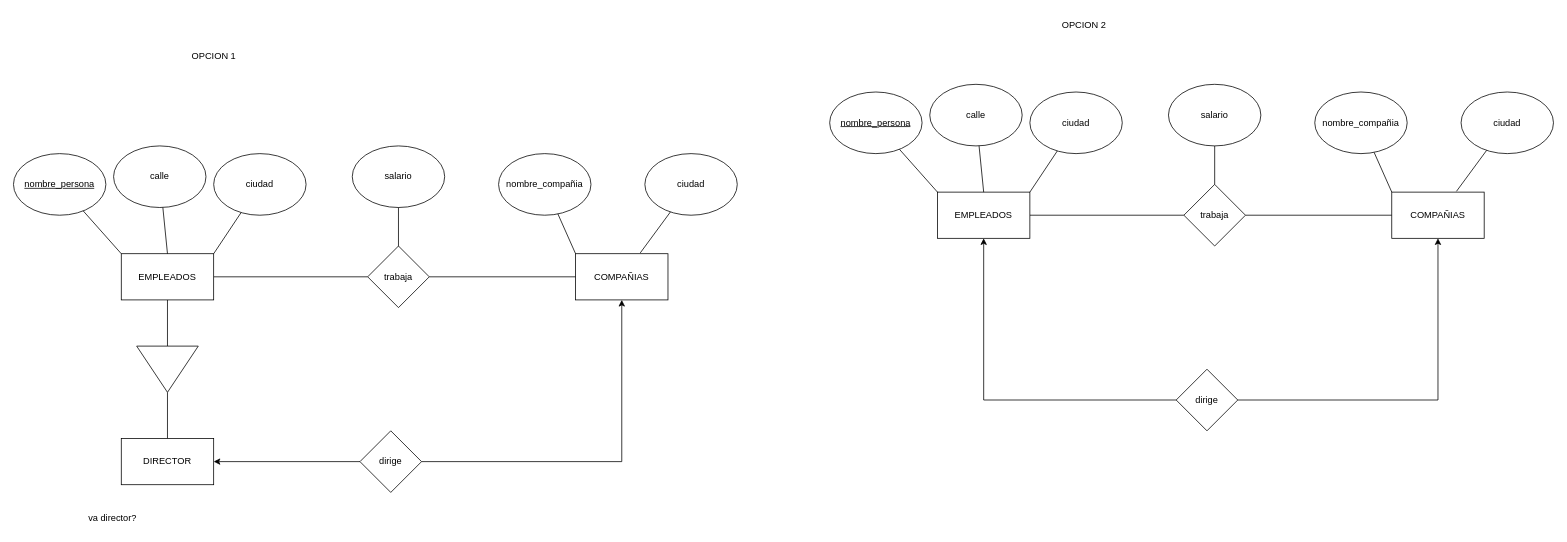
MartinAgnello/Bdd keeps this draw.io diagram as Practica/tp2_ej9.drawio. Above is the earlier version. Source tidied: cells renumbered, new cells numbered last; positions are measured from the earlier drawing's top-left corner, leaving out a move shared by most shapes. Both pictures are drawn from the tidied source at 77%, with x=0, y=0 at pixel (13, 13).
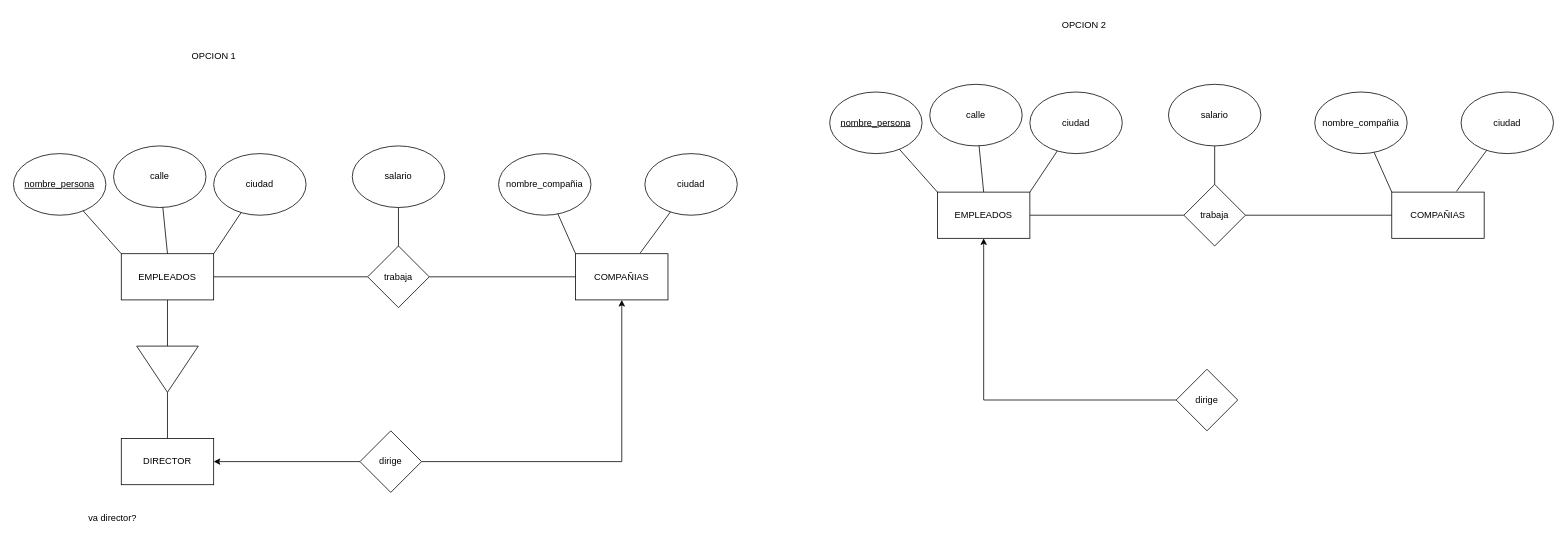
The same diagram, later.

The change refers to these unchanged cells:
```xml
<mxCell id="37" value="COMPAÑIAS" style="rounded=0;whiteSpace=wrap;html=1;" parent="1" vertex="1">
  <mxGeometry x="1790" y="232" width="120" height="60" as="geometry" />
</mxCell>
<mxCell id="47" value="dirige" style="rhombus;whiteSpace=wrap;html=1;" parent="1" vertex="1">
  <mxGeometry x="1510" y="462" width="80" height="80" as="geometry" />
</mxCell>
```

What changed in the source:
```diff
@@
-    <mxCell id="48" style="endArrow=classic;html=1;rounded=0;entryX=0.5;entryY=1;entryDx=0;entryDy=0;exitX=1;exitY=0.5;exitDx=0;exitDy=0;endFill=1;" parent="1" edge="1" source="47" target="37">
-      <mxGeometry relative="1" as="geometry">
-        <Array as="points">
-          <mxPoint x="1850" y="502" />
-        </Array>
-      </mxGeometry>
-    </mxCell>
```
